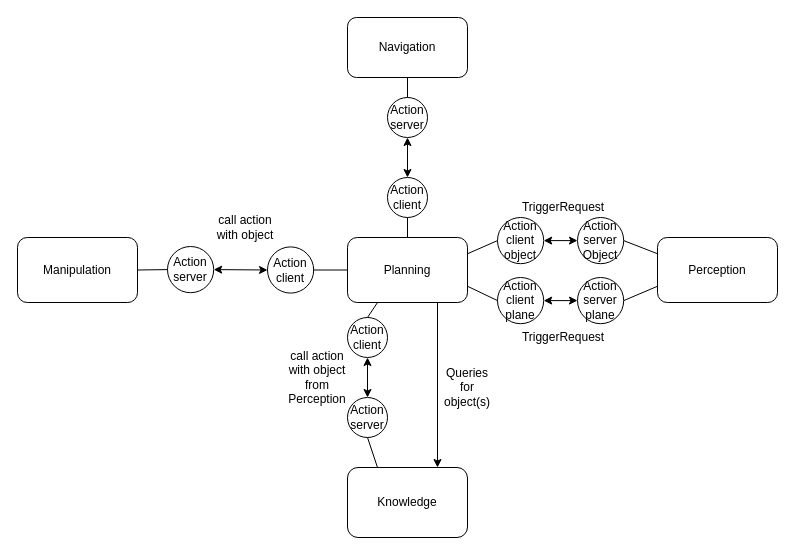
Earlier version of the draw.io diagram diagramms/Planning.drawio (SUTURO/suturo_resources). Source tidied: cells renumbered, new cells numbered last; positions are measured from the earlier drawing's top-left corner, leaving out a move shared by most shapes. Both pictures are drawn from the tidied source at 100%, with x=0, y=0 at pixel (17, 17).
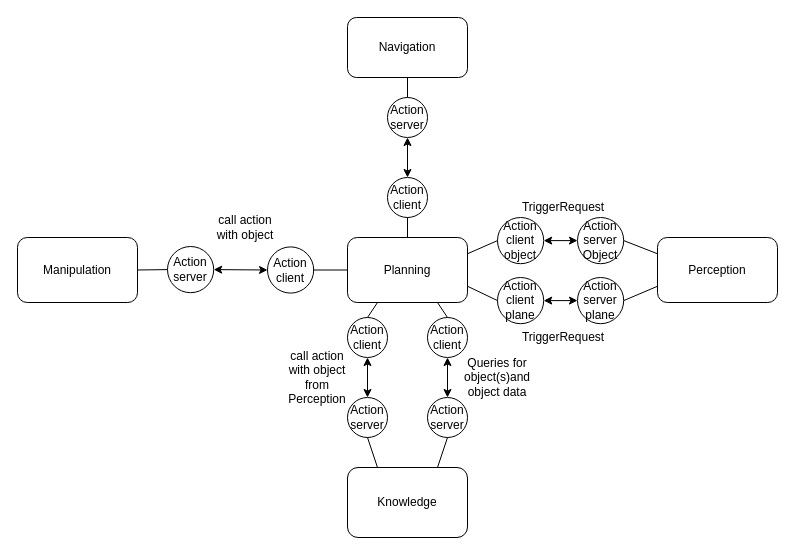
Above is the later version.

Commit message (it also covers changes not shown here):
small changes to the planning (overview) diagramm

The change refers to these unchanged cells:
```xml
<mxCell id="3" value="Planning" style="rounded=1;whiteSpace=wrap;html=1;" parent="1" vertex="1">
  <mxGeometry x="330" y="220" width="120" height="65" as="geometry" />
</mxCell>
<mxCell id="5" value="Knowledge" style="rounded=1;whiteSpace=wrap;html=1;" parent="1" vertex="1">
  <mxGeometry x="330" y="450" width="120" height="70" as="geometry" />
</mxCell>
```

What changed in the source:
```diff
@@
-    <mxCell id="2" style="edgeStyle=orthogonalEdgeStyle;rounded=0;jettySize=auto;html=1;exitX=0.75;exitY=1;exitDx=0;exitDy=0;entryX=0.75;entryY=0;entryDx=0;entryDy=0;" parent="1" edge="1" source="3" target="5">
-      <mxGeometry relative="1" as="geometry" />
-    </mxCell>
@@
-    <mxCell id="37" value="Queries for object(s) " style="text;html=1;strokeColor=none;fillColor=none;align=center;verticalAlign=middle;whiteSpace=wrap;rounded=0;" parent="1" vertex="1">
-      <mxGeometry x="430" y="360" width="40" height="20" as="geometry" />
+    <mxCell id="37" value="Queries for object(s)and object data" style="text;html=1;strokeColor=none;fillColor=none;align=center;verticalAlign=middle;whiteSpace=wrap;rounded=0;" parent="1" vertex="1">
+      <mxGeometry x="440" y="350" width="80" height="20" as="geometry" />
     </mxCell>
+    <mxCell id="38" value="Action&lt;br&gt;client" style="ellipse;whiteSpace=wrap;html=1;" parent="1" vertex="1">
+      <mxGeometry x="410" y="300" width="40" height="40" as="geometry" />
+    </mxCell>
+    <mxCell id="39" value="Action&lt;br&gt;server" style="ellipse;whiteSpace=wrap;html=1;direction=south;" parent="1" vertex="1">
+      <mxGeometry x="410" y="380" width="40" height="40" as="geometry" />
+    </mxCell>
+    <mxCell id="40" style="endArrow=classic;startArrow=classic;html=1;entryX=0.5;entryY=1;entryDx=0;entryDy=0;exitX=0;exitY=0.5;exitDx=0;exitDy=0;" parent="1" edge="1" source="39" target="38">
+      <mxGeometry relative="1" as="geometry" />
+    </mxCell>
+    <mxCell id="41" style="endArrow=none;html=1;entryX=0.75;entryY=1;entryDx=0;entryDy=0;exitX=0.5;exitY=0;exitDx=0;exitDy=0;" parent="1" edge="1" source="38" target="3">
+      <mxGeometry relative="1" as="geometry" />
+    </mxCell>
+    <mxCell id="42" style="endArrow=none;html=1;entryX=1;entryY=0.5;entryDx=0;entryDy=0;exitX=0.75;exitY=0;exitDx=0;exitDy=0;" parent="1" edge="1" source="5" target="39">
+      <mxGeometry relative="1" as="geometry" />
+    </mxCell>
```
